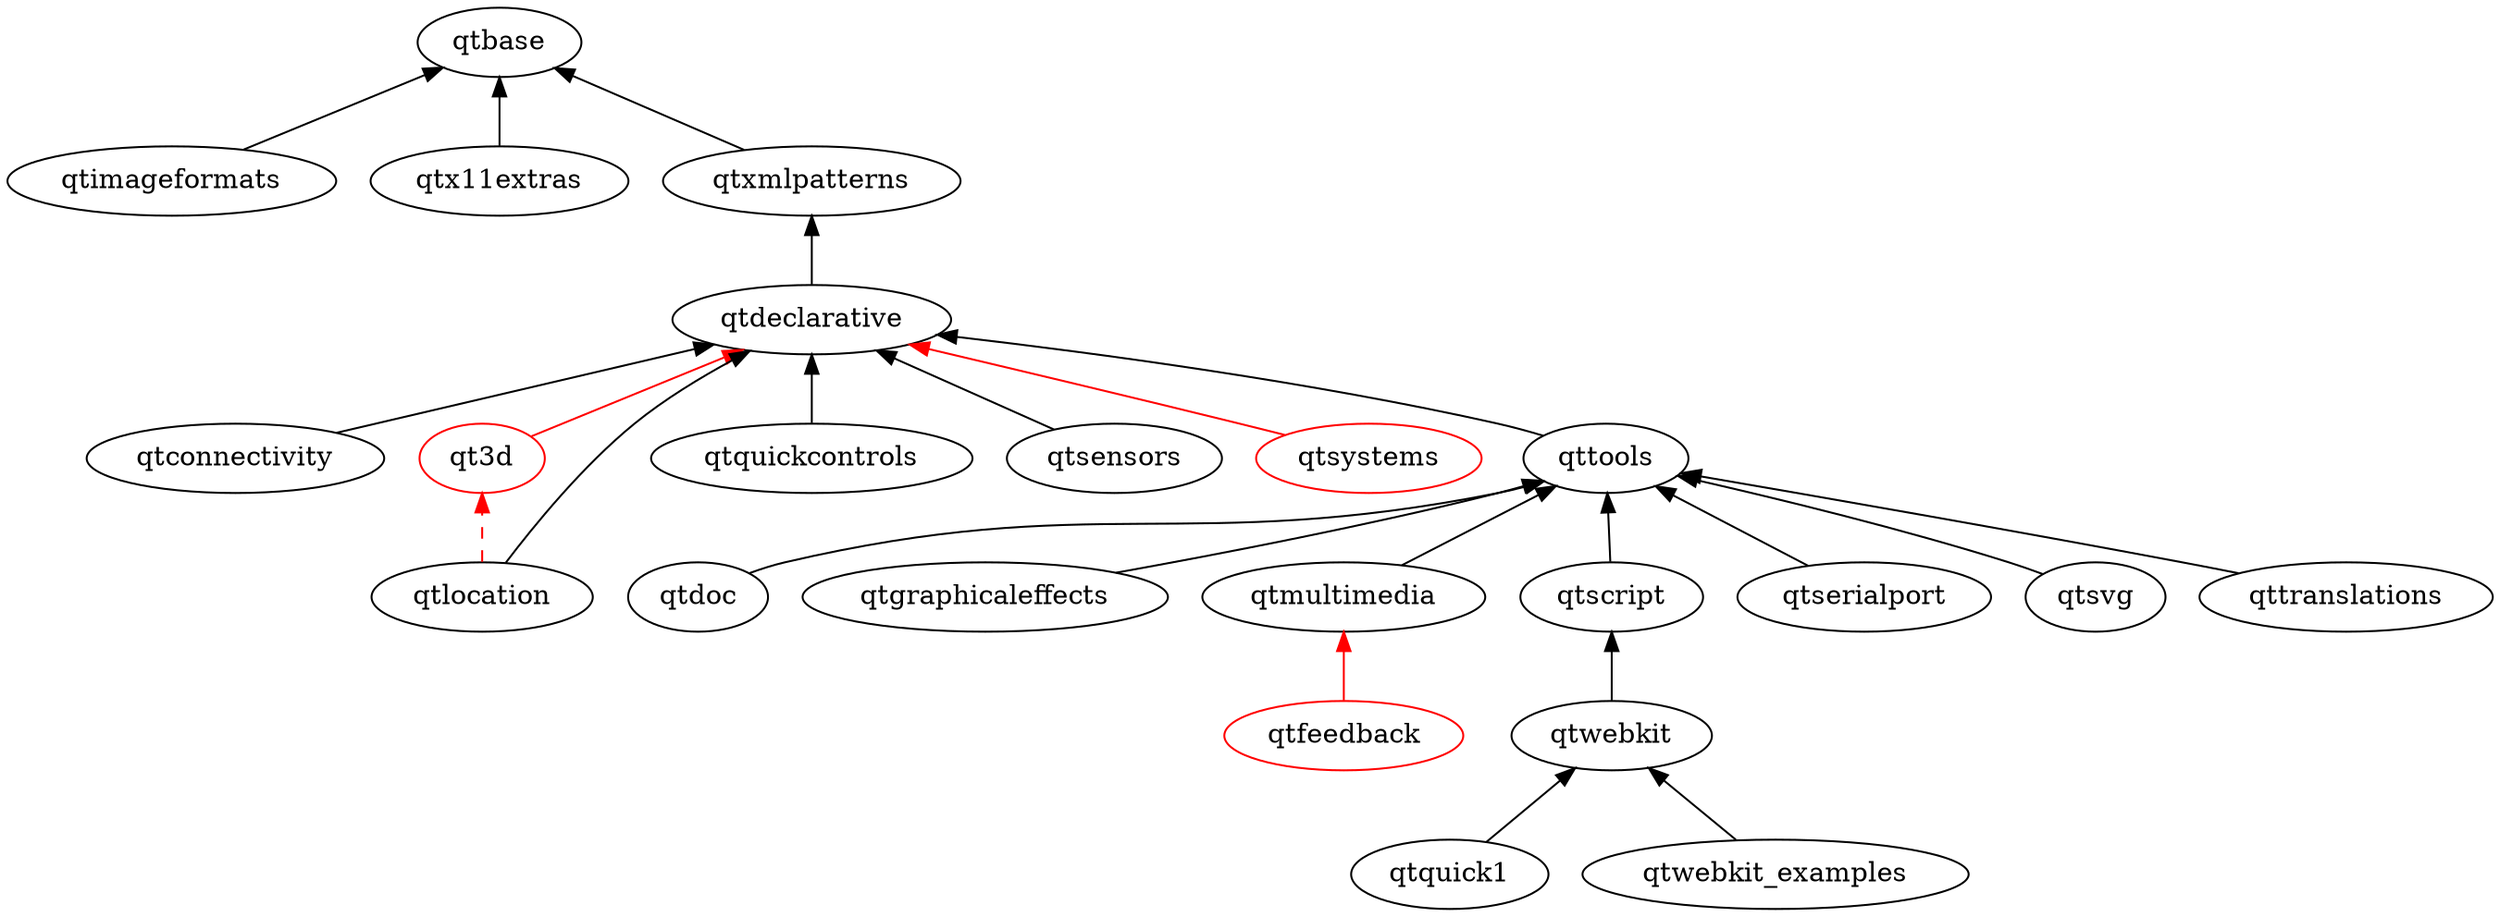
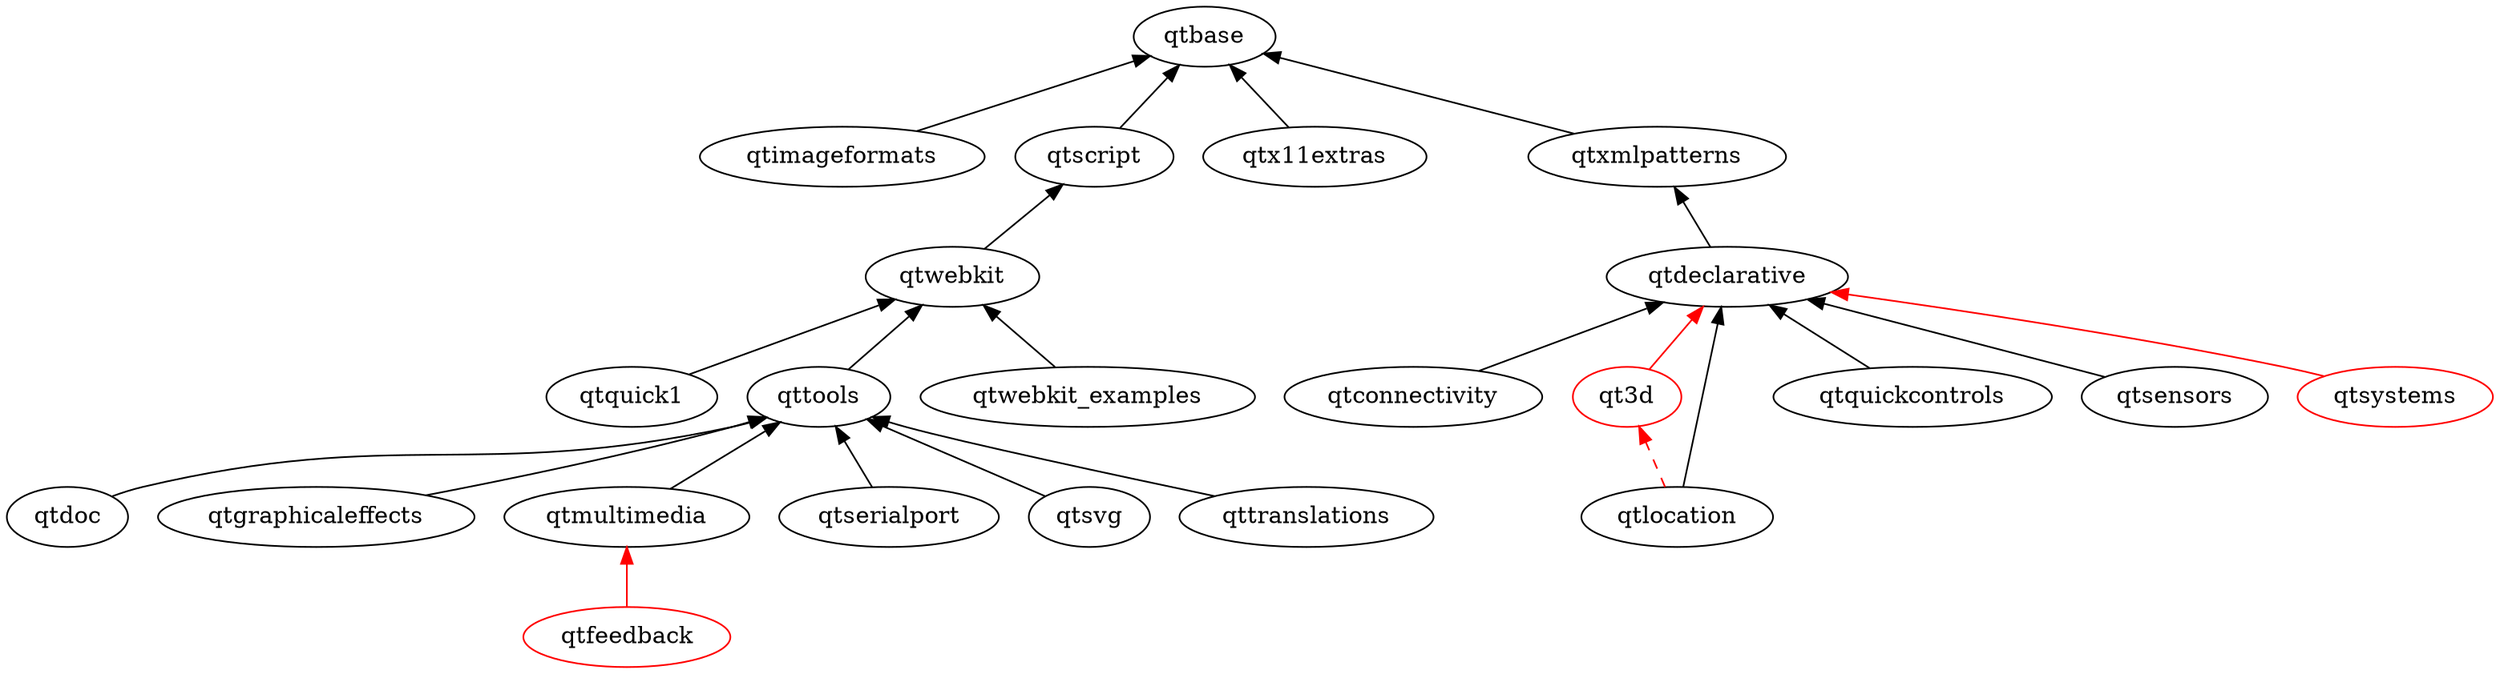
digraph qt5 {
  graph [
    rankdir = "BT"
  ]

  qt3d [ color = red ]
  qtbase
  qtconnectivity
  qtdeclarative
  qtdoc
  qtfeedback [ color = red ]
  qtgraphicaleffects
  qtimageformats
  qtlocation
  qtmultimedia
  qtquick1
  qtquickcontrols
  qtscript
  qtsensors
  qtserialport
  qtsvg
  qtsystems [ color = red ]
  qttools
  qttranslations
  qtwebkit
  qtwebkit_examples
  qtx11extras
  qtxmlpatterns

  qtconnectivity -> qtdeclarative
  qtdeclarative -> qtxmlpatterns
  qtdoc -> qttools
  qtgraphicaleffects -> qttools
  qtimageformats -> qtbase
  qtmultimedia -> qttools
  qtquick1 -> qtwebkit
  qtquickcontrols -> qtdeclarative
  qtsensors -> qtdeclarative
  qtserialport -> qttools
-   qtscript -> qttools
+   qtscript -> qtbase
  qtsvg -> qttools
-   qttools -> qtdeclarative
+   qttools -> qtwebkit
  qttranslations -> qttools
  qtwebkit -> qtscript
  qtwebkit_examples -> qtwebkit
  qtx11extras -> qtbase
  qtxmlpatterns -> qtbase

  // unsure/not-uploaded
  qt3d -> qtdeclarative [ color = red ]
  qtfeedback -> qtmultimedia [ color = red ]
  qtlocation -> qt3d [color = red style = dashed]
  qtlocation -> qtdeclarative
  qtsystems -> qtdeclarative [ color = red ]
}
